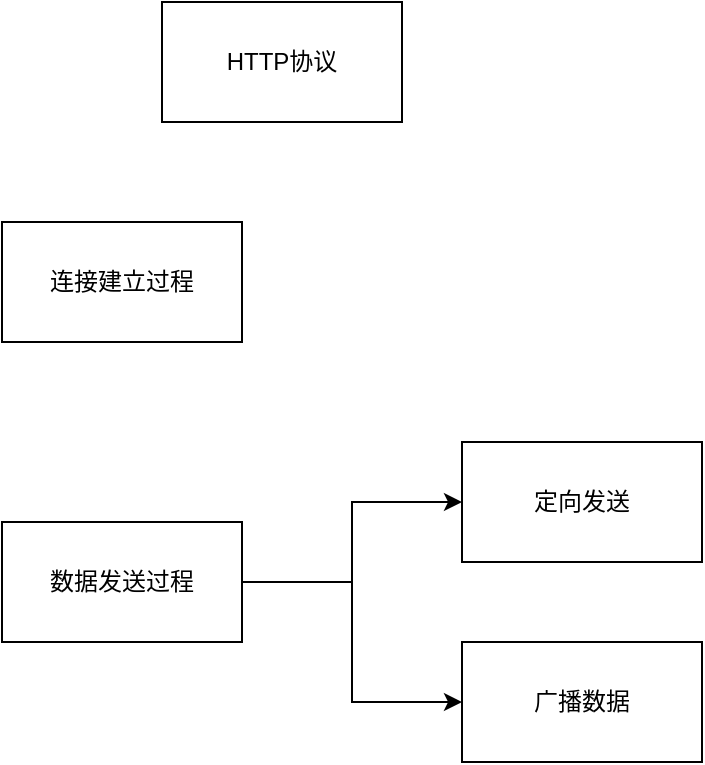
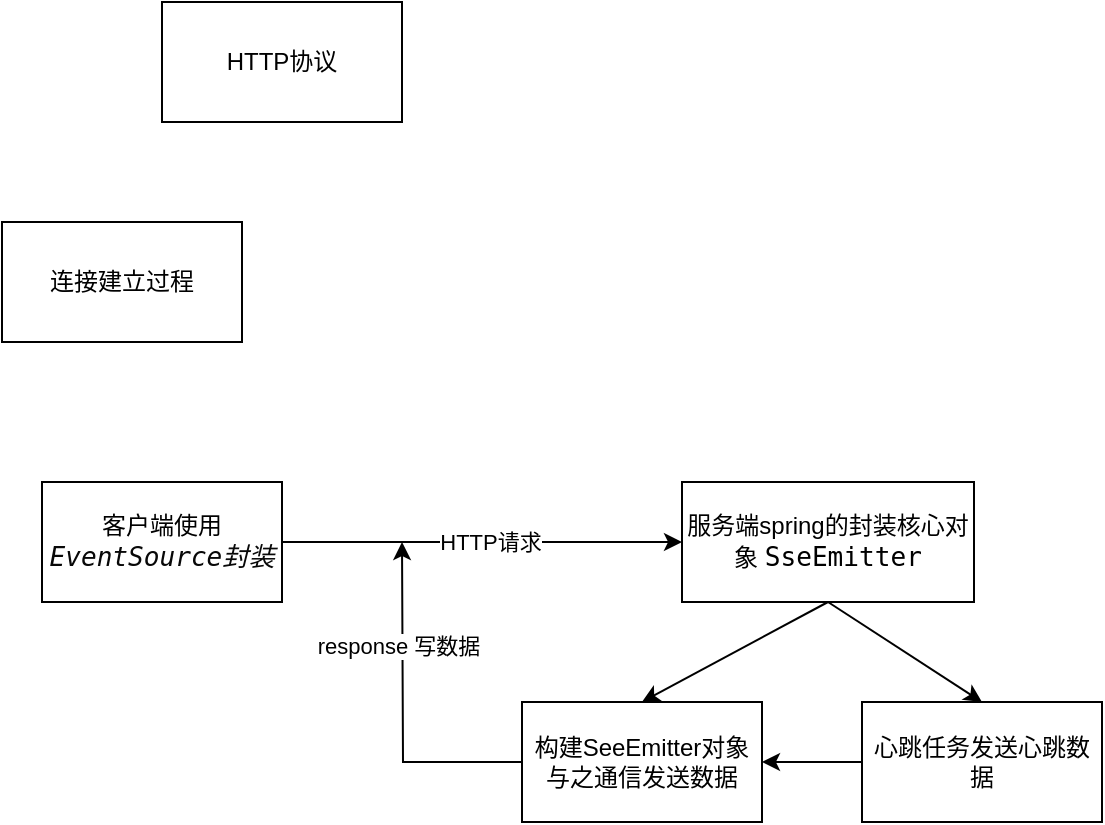
- <mxfile host="app.diagrams.net">
-   <diagram name="第 1 页" id="Z0nCY8WnPLLID1KhRkW9">
+ <mxfile host="app.diagrams.net" pages="2">
+   <diagram name="建立连接的过程" id="Z0nCY8WnPLLID1KhRkW9">
    <mxGraphModel dx="846" dy="558" grid="1" gridSize="10" guides="1" tooltips="1" connect="1" arrows="1" fold="1" page="1" pageScale="1" pageWidth="827" pageHeight="1169" math="0" shadow="0">
      <root>
        <mxCell id="0" />
        <mxCell id="1" parent="0" />
        <mxCell id="YDfg_1_I26u9zGGTVFdC-1" parent="1" style="rounded=0;whiteSpace=wrap;html=1;" value="HTTP协议" vertex="1">
          <mxGeometry height="60" width="120" x="200" y="130" as="geometry" />
        </mxCell>
        <mxCell id="YDfg_1_I26u9zGGTVFdC-2" parent="1" style="rounded=0;whiteSpace=wrap;html=1;" value="连接建立过程" vertex="1">
          <mxGeometry height="60" width="120" x="120" y="240" as="geometry" />
        </mxCell>
-         <mxCell id="YDfg_1_I26u9zGGTVFdC-6" edge="1" parent="1" source="YDfg_1_I26u9zGGTVFdC-3" style="edgeStyle=orthogonalEdgeStyle;rounded=0;orthogonalLoop=1;jettySize=auto;html=1;exitX=1;exitY=0.5;exitDx=0;exitDy=0;" target="YDfg_1_I26u9zGGTVFdC-4">
+         <mxCell id="pvzRBFMtuWizGzjMWE46-4" edge="1" parent="1" source="YDfg_1_I26u9zGGTVFdC-8" style="rounded=0;orthogonalLoop=1;jettySize=auto;html=1;exitX=0.5;exitY=1;exitDx=0;exitDy=0;entryX=0.5;entryY=0;entryDx=0;entryDy=0;" target="pvzRBFMtuWizGzjMWE46-2">
          <mxGeometry relative="1" as="geometry" />
        </mxCell>
-         <mxCell id="YDfg_1_I26u9zGGTVFdC-7" edge="1" parent="1" source="YDfg_1_I26u9zGGTVFdC-3" style="edgeStyle=orthogonalEdgeStyle;rounded=0;orthogonalLoop=1;jettySize=auto;html=1;exitX=1;exitY=0.5;exitDx=0;exitDy=0;entryX=0;entryY=0.5;entryDx=0;entryDy=0;" target="YDfg_1_I26u9zGGTVFdC-5">
+         <mxCell id="pvzRBFMtuWizGzjMWE46-5" edge="1" parent="1" source="YDfg_1_I26u9zGGTVFdC-8" style="rounded=0;orthogonalLoop=1;jettySize=auto;html=1;exitX=0.5;exitY=1;exitDx=0;exitDy=0;entryX=0.5;entryY=0;entryDx=0;entryDy=0;" target="pvzRBFMtuWizGzjMWE46-3">
          <mxGeometry relative="1" as="geometry" />
        </mxCell>
-         <mxCell id="YDfg_1_I26u9zGGTVFdC-3" parent="1" style="rounded=0;whiteSpace=wrap;html=1;" value="数据发送过程" vertex="1">
-           <mxGeometry height="60" width="120" x="120" y="390" as="geometry" />
+         <mxCell id="YDfg_1_I26u9zGGTVFdC-8" parent="1" style="rounded=0;whiteSpace=wrap;html=1;" value="服务端spring的封装核心对象&amp;nbsp;&lt;span style=&quot;background-color: rgb(255, 255, 255); font-family: &amp;quot;JetBrains Mono&amp;quot;, monospace; font-size: 9.8pt;&quot;&gt;SseEmitter&lt;/span&gt;" vertex="1">
+           <mxGeometry height="60" width="146" x="460" y="370" as="geometry" />
        </mxCell>
-         <mxCell id="YDfg_1_I26u9zGGTVFdC-4" parent="1" style="rounded=0;whiteSpace=wrap;html=1;" value="定向发送" vertex="1">
-           <mxGeometry height="60" width="120" x="350" y="350" as="geometry" />
+         <mxCell id="YDfg_1_I26u9zGGTVFdC-10" edge="1" parent="1" source="YDfg_1_I26u9zGGTVFdC-9" style="edgeStyle=orthogonalEdgeStyle;rounded=0;orthogonalLoop=1;jettySize=auto;html=1;exitX=1;exitY=0.5;exitDx=0;exitDy=0;" target="YDfg_1_I26u9zGGTVFdC-8">
+           <mxGeometry relative="1" as="geometry" />
        </mxCell>
-         <mxCell id="YDfg_1_I26u9zGGTVFdC-5" parent="1" style="rounded=0;whiteSpace=wrap;html=1;" value="广播数据" vertex="1">
-           <mxGeometry height="60" width="120" x="350" y="450" as="geometry" />
+         <mxCell id="pvzRBFMtuWizGzjMWE46-1" connectable="0" parent="YDfg_1_I26u9zGGTVFdC-10" style="edgeLabel;html=1;align=center;verticalAlign=middle;resizable=0;points=[];" value="HTTP请求" vertex="1">
+           <mxGeometry relative="1" x="0.0345" as="geometry">
+             <mxPoint as="offset" />
+           </mxGeometry>
+         </mxCell>
+         <mxCell id="YDfg_1_I26u9zGGTVFdC-9" parent="1" style="rounded=0;whiteSpace=wrap;html=1;" value="客户端使用&lt;span style=&quot;font-style: italic; background-color: rgb(255, 255, 255); color: rgb(8, 8, 8); font-family: &amp;quot;JetBrains Mono&amp;quot;, monospace; font-size: 9.8pt;&quot;&gt;EventSource封装&lt;/span&gt;" vertex="1">
+           <mxGeometry height="60" width="120" x="140" y="370" as="geometry" />
+         </mxCell>
+         <mxCell id="pvzRBFMtuWizGzjMWE46-6" edge="1" parent="1" source="pvzRBFMtuWizGzjMWE46-2" style="edgeStyle=orthogonalEdgeStyle;rounded=0;orthogonalLoop=1;jettySize=auto;html=1;exitX=0;exitY=0.5;exitDx=0;exitDy=0;">
+           <mxGeometry relative="1" as="geometry">
+             <mxPoint x="320" y="400" as="targetPoint" />
+           </mxGeometry>
+         </mxCell>
+         <mxCell id="pvzRBFMtuWizGzjMWE46-8" connectable="0" parent="pvzRBFMtuWizGzjMWE46-6" style="edgeLabel;html=1;align=center;verticalAlign=middle;resizable=0;points=[];" value="response 写数据" vertex="1">
+           <mxGeometry relative="1" x="0.3882" y="2" as="geometry">
+             <mxPoint as="offset" />
+           </mxGeometry>
+         </mxCell>
+         <mxCell id="pvzRBFMtuWizGzjMWE46-2" parent="1" style="rounded=0;whiteSpace=wrap;html=1;" value="构建SeeEmitter对象与之通信发送数据" vertex="1">
+           <mxGeometry height="60" width="120" x="380" y="480" as="geometry" />
+         </mxCell>
+         <mxCell id="pvzRBFMtuWizGzjMWE46-7" edge="1" parent="1" source="pvzRBFMtuWizGzjMWE46-3" style="edgeStyle=orthogonalEdgeStyle;rounded=0;orthogonalLoop=1;jettySize=auto;html=1;exitX=0;exitY=0.5;exitDx=0;exitDy=0;entryX=1;entryY=0.5;entryDx=0;entryDy=0;" target="pvzRBFMtuWizGzjMWE46-2">
+           <mxGeometry relative="1" as="geometry" />
+         </mxCell>
+         <mxCell id="pvzRBFMtuWizGzjMWE46-3" parent="1" style="rounded=0;whiteSpace=wrap;html=1;" value="心跳任务发送心跳数据" vertex="1">
+           <mxGeometry height="60" width="120" x="550" y="480" as="geometry" />
+         </mxCell>
+       </root>
+     </mxGraphModel>
+   </diagram>
+   <diagram id="j5rDD0lte_rDjMDCLVnT" name="数据发送过程">
+     <mxGraphModel dx="846" dy="558" grid="1" gridSize="10" guides="1" tooltips="1" connect="1" arrows="1" fold="1" page="1" pageScale="1" pageWidth="827" pageHeight="1169" math="0" shadow="0">
+       <root>
+         <mxCell id="0" />
+         <mxCell id="1" parent="0" />
+         <mxCell id="sTBZ4vp2YK0A31wFdoy9-1" edge="1" parent="1" source="sTBZ4vp2YK0A31wFdoy9-3" style="edgeStyle=orthogonalEdgeStyle;rounded=0;orthogonalLoop=1;jettySize=auto;html=1;exitX=1;exitY=0.5;exitDx=0;exitDy=0;" target="sTBZ4vp2YK0A31wFdoy9-4">
+           <mxGeometry relative="1" as="geometry" />
+         </mxCell>
+         <mxCell id="sTBZ4vp2YK0A31wFdoy9-2" edge="1" parent="1" source="sTBZ4vp2YK0A31wFdoy9-3" style="edgeStyle=orthogonalEdgeStyle;rounded=0;orthogonalLoop=1;jettySize=auto;html=1;exitX=1;exitY=0.5;exitDx=0;exitDy=0;entryX=0;entryY=0.5;entryDx=0;entryDy=0;" target="sTBZ4vp2YK0A31wFdoy9-5">
+           <mxGeometry relative="1" as="geometry" />
+         </mxCell>
+         <mxCell id="sTBZ4vp2YK0A31wFdoy9-3" parent="1" style="rounded=0;whiteSpace=wrap;html=1;" value="数据发送过程" vertex="1">
+           <mxGeometry height="60" width="120" x="170" y="200" as="geometry" />
+         </mxCell>
+         <mxCell id="sTBZ4vp2YK0A31wFdoy9-4" parent="1" style="rounded=0;whiteSpace=wrap;html=1;" value="定向发送" vertex="1">
+           <mxGeometry height="60" width="120" x="400" y="160" as="geometry" />
+         </mxCell>
+         <mxCell id="sTBZ4vp2YK0A31wFdoy9-5" parent="1" style="rounded=0;whiteSpace=wrap;html=1;" value="广播数据" vertex="1">
+           <mxGeometry height="60" width="120" x="400" y="260" as="geometry" />
        </mxCell>
      </root>
    </mxGraphModel>
  </diagram>
</mxfile>
